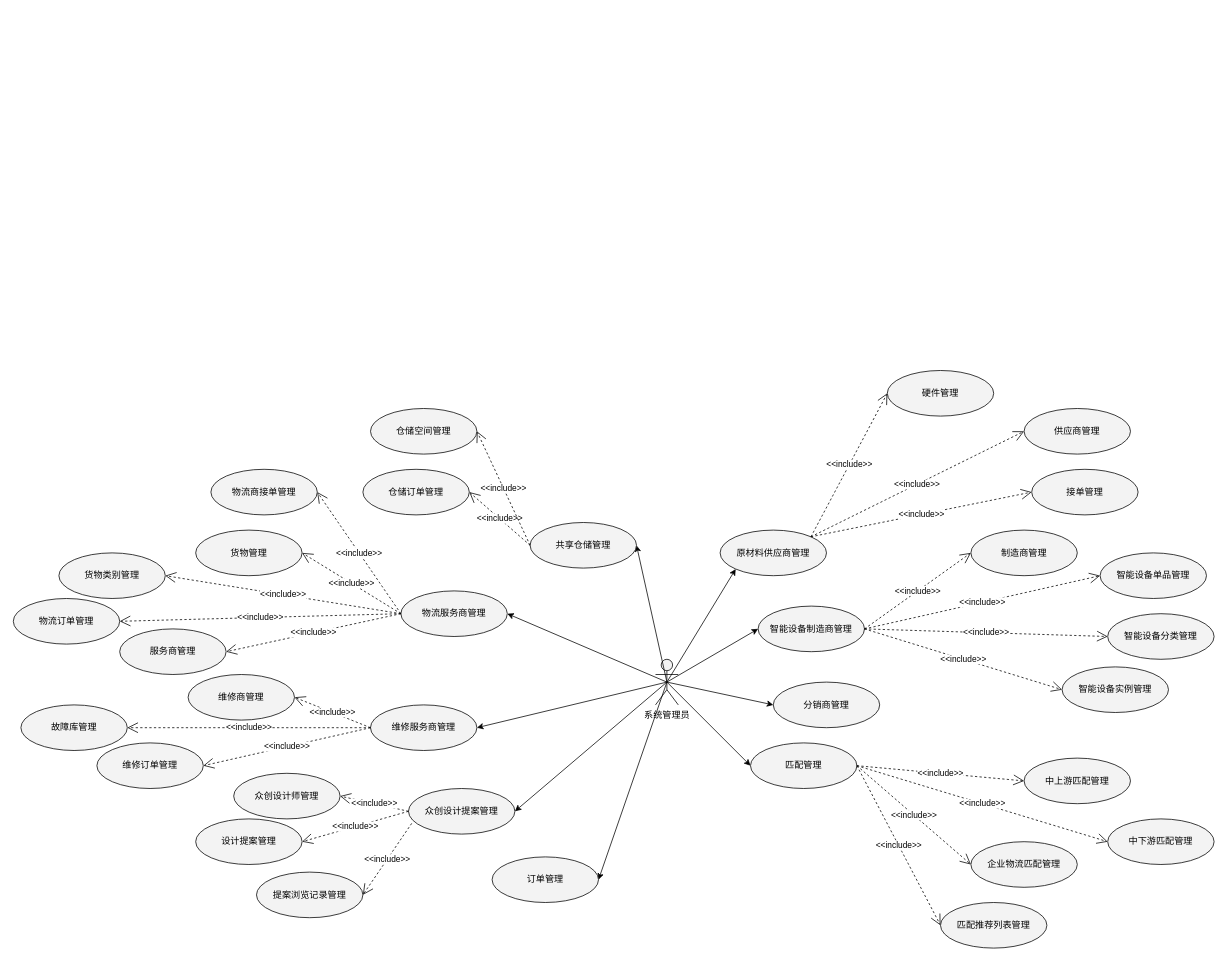
Before: 毕设/用例图.drawio in 2919282119/charts, a draw.io diagram. Source tidied: cells renumbered, new cells numbered last; positions are measured from the earlier drawing's top-left corner, leaving out a move shared by most shapes. Both pictures are drawn from the tidied source at 76%, with x=0, y=0 at pixel (13, 370).
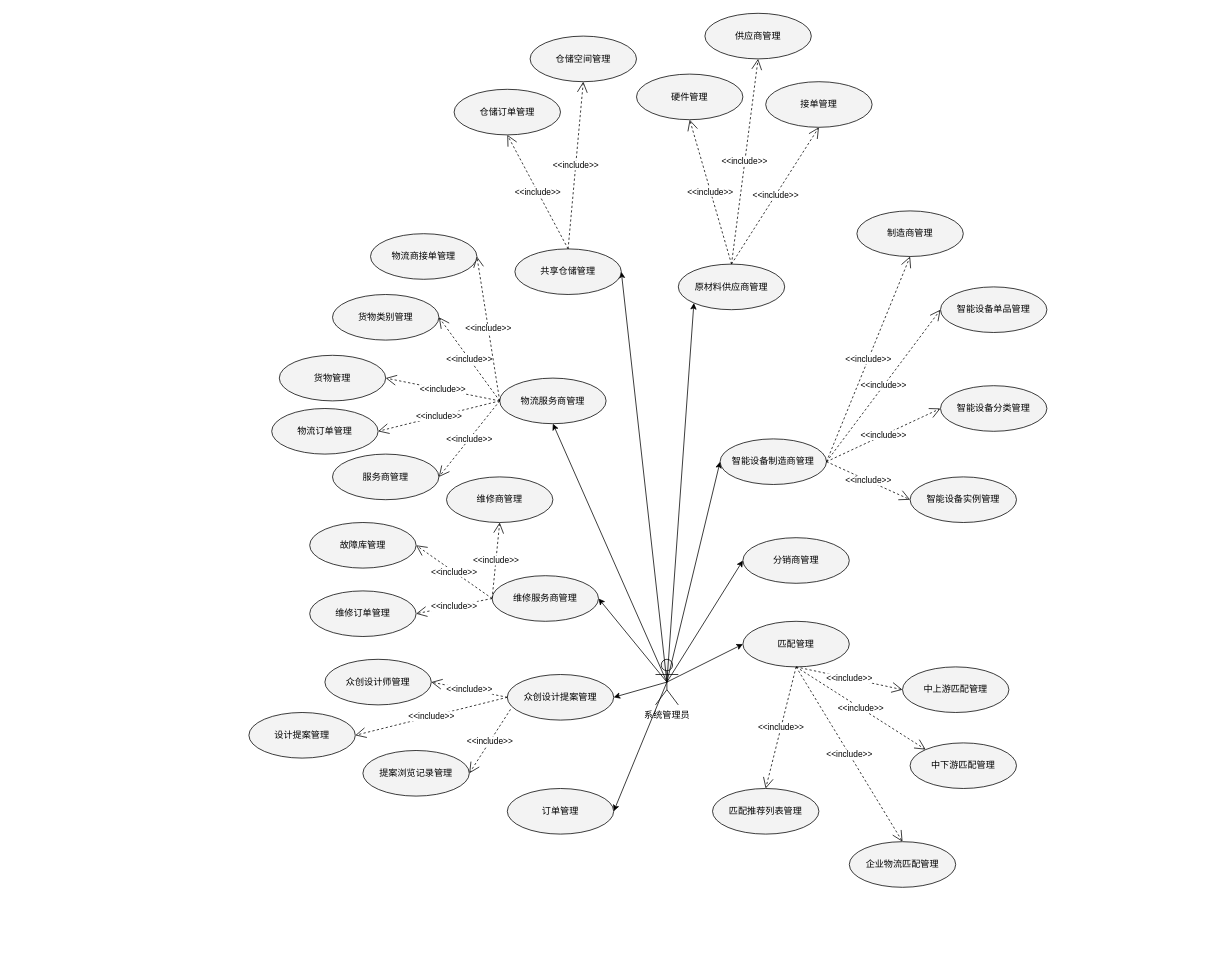
The same diagram, later.

Commit message:
更新用例图.drawio

The change refers to these unchanged cells:
```xml
<mxCell id="2" value="系统管理员" style="shape=umlActor;verticalLabelPosition=bottom;verticalAlign=top;html=1;outlineConnect=0;fillColor=light-dark(#F3F3F3,#E3E3E3);" parent="1" vertex="1">
  <mxGeometry x="845" y="380" width="30" height="60" as="geometry" />
</mxCell>
```

Change to the diagram source:
```diff
@@
     <mxCell id="4" value="原材料供应商管理" style="ellipse;whiteSpace=wrap;html=1;fillColor=light-dark(#F3F3F3,#E3E3E3);" parent="1" vertex="1">
-      <mxGeometry x="930" y="210" width="140" height="60" as="geometry" />
+      <mxGeometry x="875" y="-140" width="140" height="60" as="geometry" />
     </mxCell>
@@
     <mxCell id="6" value="匹配管理" style="ellipse;whiteSpace=wrap;html=1;fillColor=light-dark(#F3F3F3,#E3E3E3);" parent="1" vertex="1">
-      <mxGeometry x="970" y="490" width="140" height="60" as="geometry" />
+      <mxGeometry x="960" y="330" width="140" height="60" as="geometry" />
     </mxCell>
@@
     <mxCell id="8" value="分销商管理" style="ellipse;whiteSpace=wrap;html=1;fillColor=light-dark(#F3F3F3,#E3E3E3);" parent="1" vertex="1">
-      <mxGeometry x="1000" y="410" width="140" height="60" as="geometry" />
+      <mxGeometry x="960" y="220" width="140" height="60" as="geometry" />
     </mxCell>
@@
     <mxCell id="10" value="智能设备制造商管理" style="ellipse;whiteSpace=wrap;html=1;fillColor=light-dark(#F3F3F3,#E3E3E3);" parent="1" vertex="1">
-      <mxGeometry x="980" y="310" width="140" height="60" as="geometry" />
+      <mxGeometry x="930" y="90" width="140" height="60" as="geometry" />
     </mxCell>
@@
     <mxCell id="12" value="订单管理" style="ellipse;whiteSpace=wrap;html=1;fillColor=light-dark(#F3F3F3,#E3E3E3);" parent="1" vertex="1">
-      <mxGeometry x="630" y="640" width="140" height="60" as="geometry" />
+      <mxGeometry x="650" y="550" width="140" height="60" as="geometry" />
     </mxCell>
@@
     <mxCell id="14" value="众创设计提案管理" style="ellipse;whiteSpace=wrap;html=1;fillColor=light-dark(#F3F3F3,#E3E3E3);" parent="1" vertex="1">
-      <mxGeometry x="520" y="550" width="140" height="60" as="geometry" />
+      <mxGeometry x="650" y="400" width="140" height="60" as="geometry" />
     </mxCell>
@@
     <mxCell id="16" value="维修服务商管理" style="ellipse;whiteSpace=wrap;html=1;fillColor=light-dark(#F3F3F3,#E3E3E3);" parent="1" vertex="1">
-      <mxGeometry x="470" y="440" width="140" height="60" as="geometry" />
+      <mxGeometry x="630" y="270" width="140" height="60" as="geometry" />
     </mxCell>
-    <mxCell id="17" style="endArrow=classic;html=1;rounded=0;entryX=1;entryY=0.5;entryDx=0;entryDy=0;exitX=0.5;exitY=0.5;exitDx=0;exitDy=0;exitPerimeter=0;fillColor=light-dark(#F3F3F3,#E3E3E3);" parent="1" edge="1" source="2" target="18">
+    <mxCell id="17" style="endArrow=classic;html=1;rounded=0;entryX=0.5;entryY=1;entryDx=0;entryDy=0;exitX=0.5;exitY=0.5;exitDx=0;exitDy=0;exitPerimeter=0;fillColor=light-dark(#F3F3F3,#E3E3E3);" parent="1" edge="1" source="2" target="18">
       <mxGeometry relative="1" as="geometry" />
     </mxCell>
     <mxCell id="18" value="物流服务商管理" style="ellipse;whiteSpace=wrap;html=1;fillColor=light-dark(#F3F3F3,#E3E3E3);" parent="1" vertex="1">
-      <mxGeometry x="510" y="290" width="140" height="60" as="geometry" />
+      <mxGeometry x="640" y="10" width="140" height="60" as="geometry" />
     </mxCell>
@@
     <mxCell id="20" value="共享仓储管理" style="ellipse;whiteSpace=wrap;html=1;fillColor=light-dark(#F3F3F3,#E3E3E3);" parent="1" vertex="1">
-      <mxGeometry x="680" y="200" width="140" height="60" as="geometry" />
+      <mxGeometry x="660" y="-160" width="140" height="60" as="geometry" />
     </mxCell>
@@
     <mxCell id="22" value="提案浏览记录管理" style="ellipse;whiteSpace=wrap;html=1;fillColor=light-dark(#F3F3F3,#E3E3E3);" parent="1" vertex="1">
-      <mxGeometry x="320" y="660" width="140" height="60" as="geometry" />
+      <mxGeometry x="460" y="500" width="140" height="60" as="geometry" />
     </mxCell>
-    <mxCell id="23" value="&amp;lt;&amp;lt;include&amp;gt;&amp;gt;" style="endArrow=open;endSize=12;dashed=1;html=1;rounded=0;entryX=0;entryY=0.5;entryDx=0;entryDy=0;exitX=1;exitY=0.5;exitDx=0;exitDy=0;fillColor=light-dark(#F3F3F3,#E3E3E3);" parent="1" edge="1" source="6" target="24">
+    <mxCell id="23" value="&amp;lt;&amp;lt;include&amp;gt;&amp;gt;" style="endArrow=open;endSize=12;dashed=1;html=1;rounded=0;entryX=0.5;entryY=0;entryDx=0;entryDy=0;exitX=0.5;exitY=1;exitDx=0;exitDy=0;fillColor=light-dark(#F3F3F3,#E3E3E3);" parent="1" edge="1" source="6" target="24">
       <mxGeometry relative="1" as="geometry" />
     </mxCell>
     <mxCell id="24" value="匹配推荐列表管理" style="ellipse;whiteSpace=wrap;html=1;fillColor=light-dark(#F3F3F3,#E3E3E3);" parent="1" vertex="1">
-      <mxGeometry x="1220" y="700" width="140" height="60" as="geometry" />
+      <mxGeometry x="920" y="550" width="140" height="60" as="geometry" />
     </mxCell>
-    <mxCell id="25" value="&amp;lt;&amp;lt;include&amp;gt;&amp;gt;" style="endArrow=open;endSize=12;dashed=1;html=1;rounded=0;entryX=0;entryY=0.5;entryDx=0;entryDy=0;exitX=1;exitY=0.5;exitDx=0;exitDy=0;fillColor=light-dark(#F3F3F3,#E3E3E3);" parent="1" edge="1" source="6" target="26">
+    <mxCell id="25" value="&amp;lt;&amp;lt;include&amp;gt;&amp;gt;" style="endArrow=open;endSize=12;dashed=1;html=1;rounded=0;entryX=0.5;entryY=0;entryDx=0;entryDy=0;fillColor=light-dark(#F3F3F3,#E3E3E3);exitX=0.5;exitY=1;exitDx=0;exitDy=0;" parent="1" edge="1" source="6" target="26">
       <mxGeometry relative="1" as="geometry" />
     </mxCell>
     <mxCell id="26" value="企业物流匹配管理" style="ellipse;whiteSpace=wrap;html=1;fillColor=light-dark(#F3F3F3,#E3E3E3);" parent="1" vertex="1">
-      <mxGeometry x="1260" y="620" width="140" height="60" as="geometry" />
+      <mxGeometry x="1100" y="620" width="140" height="60" as="geometry" />
     </mxCell>
-    <mxCell id="27" value="&amp;lt;&amp;lt;include&amp;gt;&amp;gt;" style="endArrow=open;endSize=12;dashed=1;html=1;rounded=0;entryX=0;entryY=0.5;entryDx=0;entryDy=0;exitX=1;exitY=0.5;exitDx=0;exitDy=0;fillColor=light-dark(#F3F3F3,#E3E3E3);" parent="1" edge="1" source="6" target="28">
+    <mxCell id="27" value="&amp;lt;&amp;lt;include&amp;gt;&amp;gt;" style="endArrow=open;endSize=12;dashed=1;html=1;rounded=0;entryX=0;entryY=0;entryDx=0;entryDy=0;exitX=0.5;exitY=1;exitDx=0;exitDy=0;fillColor=light-dark(#F3F3F3,#E3E3E3);" parent="1" edge="1" source="6" target="28">
       <mxGeometry relative="1" as="geometry" />
     </mxCell>
     <mxCell id="28" value="中下游匹配管理" style="ellipse;whiteSpace=wrap;html=1;fillColor=light-dark(#F3F3F3,#E3E3E3);" parent="1" vertex="1">
-      <mxGeometry x="1440" y="590" width="140" height="60" as="geometry" />
+      <mxGeometry x="1180" y="490" width="140" height="60" as="geometry" />
     </mxCell>
-    <mxCell id="29" value="&amp;lt;&amp;lt;include&amp;gt;&amp;gt;" style="endArrow=open;endSize=12;dashed=1;html=1;rounded=0;entryX=0;entryY=0.5;entryDx=0;entryDy=0;exitX=1;exitY=0.5;exitDx=0;exitDy=0;fillColor=light-dark(#F3F3F3,#E3E3E3);" parent="1" edge="1" source="6" target="30">
+    <mxCell id="29" value="&amp;lt;&amp;lt;include&amp;gt;&amp;gt;" style="endArrow=open;endSize=12;dashed=1;html=1;rounded=0;entryX=0;entryY=0.5;entryDx=0;entryDy=0;exitX=0.5;exitY=1;exitDx=0;exitDy=0;fillColor=light-dark(#F3F3F3,#E3E3E3);" parent="1" edge="1" source="6" target="30">
       <mxGeometry relative="1" as="geometry" />
     </mxCell>
     <mxCell id="30" value="中上游匹配管理" style="ellipse;whiteSpace=wrap;html=1;fillColor=light-dark(#F3F3F3,#E3E3E3);" parent="1" vertex="1">
-      <mxGeometry x="1330" y="510" width="140" height="60" as="geometry" />
+      <mxGeometry x="1170" y="390" width="140" height="60" as="geometry" />
     </mxCell>
@@
     <mxCell id="32" value="智能设备实例管理" style="ellipse;whiteSpace=wrap;html=1;fillColor=light-dark(#F3F3F3,#E3E3E3);" parent="1" vertex="1">
-      <mxGeometry x="1380" y="390" width="140" height="60" as="geometry" />
+      <mxGeometry x="1180" y="140" width="140" height="60" as="geometry" />
     </mxCell>
@@
     <mxCell id="34" value="智能设备分类管理" style="ellipse;whiteSpace=wrap;html=1;fillColor=light-dark(#F3F3F3,#E3E3E3);" parent="1" vertex="1">
-      <mxGeometry x="1440" y="320" width="140" height="60" as="geometry" />
+      <mxGeometry x="1220" y="20" width="140" height="60" as="geometry" />
     </mxCell>
@@
     <mxCell id="36" value="智能设备单品管理" style="ellipse;whiteSpace=wrap;html=1;fillColor=light-dark(#F3F3F3,#E3E3E3);" parent="1" vertex="1">
-      <mxGeometry x="1430" y="240" width="140" height="60" as="geometry" />
+      <mxGeometry x="1220" y="-110" width="140" height="60" as="geometry" />
     </mxCell>
-    <mxCell id="37" value="&amp;lt;&amp;lt;include&amp;gt;&amp;gt;" style="endArrow=open;endSize=12;dashed=1;html=1;rounded=0;entryX=0;entryY=0.5;entryDx=0;entryDy=0;exitX=1;exitY=0.5;exitDx=0;exitDy=0;fillColor=light-dark(#F3F3F3,#E3E3E3);" parent="1" edge="1" source="10" target="38">
+    <mxCell id="37" value="&amp;lt;&amp;lt;include&amp;gt;&amp;gt;" style="endArrow=open;endSize=12;dashed=1;html=1;rounded=0;entryX=0.5;entryY=1;entryDx=0;entryDy=0;exitX=1;exitY=0.5;exitDx=0;exitDy=0;fillColor=light-dark(#F3F3F3,#E3E3E3);" parent="1" edge="1" source="10" target="38">
       <mxGeometry relative="1" as="geometry" />
     </mxCell>
     <mxCell id="38" value="制造商管理" style="ellipse;whiteSpace=wrap;html=1;fillColor=light-dark(#F3F3F3,#E3E3E3);" parent="1" vertex="1">
-      <mxGeometry x="1260" y="210" width="140" height="60" as="geometry" />
+      <mxGeometry x="1110" y="-210" width="140" height="60" as="geometry" />
     </mxCell>
-    <mxCell id="39" value="&amp;lt;&amp;lt;include&amp;gt;&amp;gt;" style="endArrow=open;endSize=12;dashed=1;html=1;rounded=0;entryX=0;entryY=0.5;entryDx=0;entryDy=0;exitX=1;exitY=0;exitDx=0;exitDy=0;fillColor=light-dark(#F3F3F3,#E3E3E3);" parent="1" edge="1" source="4" target="40">
+    <mxCell id="39" value="&amp;lt;&amp;lt;include&amp;gt;&amp;gt;" style="endArrow=open;endSize=12;dashed=1;html=1;rounded=0;entryX=0.5;entryY=1;entryDx=0;entryDy=0;exitX=0.5;exitY=0;exitDx=0;exitDy=0;fillColor=light-dark(#F3F3F3,#E3E3E3);" parent="1" edge="1" source="4" target="40">
       <mxGeometry relative="1" as="geometry" />
     </mxCell>
     <mxCell id="40" value="接单管理" style="ellipse;whiteSpace=wrap;html=1;fillColor=light-dark(#F3F3F3,#E3E3E3);" parent="1" vertex="1">
-      <mxGeometry x="1340" y="130" width="140" height="60" as="geometry" />
+      <mxGeometry x="990" y="-380" width="140" height="60" as="geometry" />
     </mxCell>
-    <mxCell id="41" value="&amp;lt;&amp;lt;include&amp;gt;&amp;gt;" style="endArrow=open;endSize=12;dashed=1;html=1;rounded=0;entryX=0;entryY=0.5;entryDx=0;entryDy=0;exitX=1;exitY=0;exitDx=0;exitDy=0;fillColor=light-dark(#F3F3F3,#E3E3E3);" parent="1" edge="1" source="4" target="42">
+    <mxCell id="41" value="&amp;lt;&amp;lt;include&amp;gt;&amp;gt;" style="endArrow=open;endSize=12;dashed=1;html=1;rounded=0;entryX=0.5;entryY=1;entryDx=0;entryDy=0;exitX=0.5;exitY=0;exitDx=0;exitDy=0;fillColor=light-dark(#F3F3F3,#E3E3E3);" parent="1" edge="1" source="4" target="42">
       <mxGeometry relative="1" as="geometry" />
     </mxCell>
     <mxCell id="42" value="供应商管理" style="ellipse;whiteSpace=wrap;html=1;fillColor=light-dark(#F3F3F3,#E3E3E3);" parent="1" vertex="1">
-      <mxGeometry x="1330" y="50" width="140" height="60" as="geometry" />
+      <mxGeometry x="910" y="-470" width="140" height="60" as="geometry" />
     </mxCell>
-    <mxCell id="43" value="&amp;lt;&amp;lt;include&amp;gt;&amp;gt;" style="endArrow=open;endSize=12;dashed=1;html=1;rounded=0;entryX=0;entryY=0.5;entryDx=0;entryDy=0;exitX=1;exitY=0;exitDx=0;exitDy=0;fillColor=light-dark(#F3F3F3,#E3E3E3);" parent="1" edge="1" source="4" target="44">
+    <mxCell id="43" value="&amp;lt;&amp;lt;include&amp;gt;&amp;gt;" style="endArrow=open;endSize=12;dashed=1;html=1;rounded=0;entryX=0.5;entryY=1;entryDx=0;entryDy=0;exitX=0.5;exitY=0;exitDx=0;exitDy=0;fillColor=light-dark(#F3F3F3,#E3E3E3);" parent="1" edge="1" source="4" target="44">
       <mxGeometry relative="1" as="geometry" />
     </mxCell>
     <mxCell id="44" value="硬件管理" style="ellipse;whiteSpace=wrap;html=1;fillColor=light-dark(#F3F3F3,#E3E3E3);" parent="1" vertex="1">
-      <mxGeometry x="1150" width="140" height="60" as="geometry" />
+      <mxGeometry x="820" y="-390" width="140" height="60" as="geometry" />
     </mxCell>
@@
     <mxCell id="46" value="设计提案管理" style="ellipse;whiteSpace=wrap;html=1;fillColor=light-dark(#F3F3F3,#E3E3E3);" parent="1" vertex="1">
-      <mxGeometry x="240" y="590" width="140" height="60" as="geometry" />
+      <mxGeometry x="310" y="450" width="140" height="60" as="geometry" />
     </mxCell>
@@
     <mxCell id="48" value="众创设计师管理" style="ellipse;whiteSpace=wrap;html=1;fillColor=light-dark(#F3F3F3,#E3E3E3);" parent="1" vertex="1">
-      <mxGeometry x="290" y="530" width="140" height="60" as="geometry" />
+      <mxGeometry x="410" y="380" width="140" height="60" as="geometry" />
     </mxCell>
@@
     <mxCell id="50" value="维修订单管理" style="ellipse;whiteSpace=wrap;html=1;fillColor=light-dark(#F3F3F3,#E3E3E3);" parent="1" vertex="1">
-      <mxGeometry x="110" y="490" width="140" height="60" as="geometry" />
+      <mxGeometry x="390" y="290" width="140" height="60" as="geometry" />
     </mxCell>
@@
     <mxCell id="52" value="故障库管理" style="ellipse;whiteSpace=wrap;html=1;fillColor=light-dark(#F3F3F3,#E3E3E3);" parent="1" vertex="1">
-      <mxGeometry x="10" y="440" width="140" height="60" as="geometry" />
+      <mxGeometry x="390" y="200" width="140" height="60" as="geometry" />
     </mxCell>
-    <mxCell id="53" value="&amp;lt;&amp;lt;include&amp;gt;&amp;gt;" style="endArrow=open;endSize=12;dashed=1;html=1;rounded=0;entryX=1;entryY=0.5;entryDx=0;entryDy=0;exitX=0;exitY=0.5;exitDx=0;exitDy=0;fillColor=light-dark(#F3F3F3,#E3E3E3);" parent="1" edge="1" source="16" target="54">
+    <mxCell id="53" value="&amp;lt;&amp;lt;include&amp;gt;&amp;gt;" style="endArrow=open;endSize=12;dashed=1;html=1;rounded=0;entryX=0.5;entryY=1;entryDx=0;entryDy=0;exitX=0;exitY=0.5;exitDx=0;exitDy=0;fillColor=light-dark(#F3F3F3,#E3E3E3);" parent="1" edge="1" source="16" target="54">
       <mxGeometry relative="1" as="geometry" />
     </mxCell>
     <mxCell id="54" value="维修商管理" style="ellipse;whiteSpace=wrap;html=1;fillColor=light-dark(#F3F3F3,#E3E3E3);" parent="1" vertex="1">
-      <mxGeometry x="230" y="400" width="140" height="60" as="geometry" />
+      <mxGeometry x="570" y="140" width="140" height="60" as="geometry" />
     </mxCell>
@@
     <mxCell id="56" value="服务商管理" style="ellipse;whiteSpace=wrap;html=1;fillColor=light-dark(#F3F3F3,#E3E3E3);" parent="1" vertex="1">
-      <mxGeometry x="140" y="340" width="140" height="60" as="geometry" />
+      <mxGeometry x="420" y="110" width="140" height="60" as="geometry" />
     </mxCell>
@@
     <mxCell id="58" value="物流订单管理" style="ellipse;whiteSpace=wrap;html=1;fillColor=light-dark(#F3F3F3,#E3E3E3);" parent="1" vertex="1">
-      <mxGeometry y="300" width="140" height="60" as="geometry" />
+      <mxGeometry x="340" y="50" width="140" height="60" as="geometry" />
     </mxCell>
@@
     <mxCell id="60" value="货物类别管理" style="ellipse;whiteSpace=wrap;html=1;fillColor=light-dark(#F3F3F3,#E3E3E3);" parent="1" vertex="1">
-      <mxGeometry x="60" y="240" width="140" height="60" as="geometry" />
+      <mxGeometry x="420" y="-100" width="140" height="60" as="geometry" />
     </mxCell>
@@
     <mxCell id="62" value="货物管理" style="ellipse;whiteSpace=wrap;html=1;fillColor=light-dark(#F3F3F3,#E3E3E3);" parent="1" vertex="1">
-      <mxGeometry x="240" y="210" width="140" height="60" as="geometry" />
+      <mxGeometry x="350" y="-20" width="140" height="60" as="geometry" />
     </mxCell>
@@
     <mxCell id="64" value="物流商接单管理" style="ellipse;whiteSpace=wrap;html=1;fillColor=light-dark(#F3F3F3,#E3E3E3);" parent="1" vertex="1">
-      <mxGeometry x="260" y="130" width="140" height="60" as="geometry" />
+      <mxGeometry x="470" y="-180" width="140" height="60" as="geometry" />
     </mxCell>
-    <mxCell id="65" value="&amp;lt;&amp;lt;include&amp;gt;&amp;gt;" style="endArrow=open;endSize=12;dashed=1;html=1;rounded=0;entryX=1;entryY=0.5;entryDx=0;entryDy=0;exitX=0;exitY=0.5;exitDx=0;exitDy=0;fillColor=light-dark(#F3F3F3,#E3E3E3);" parent="1" edge="1" source="20" target="66">
+    <mxCell id="65" value="&amp;lt;&amp;lt;include&amp;gt;&amp;gt;" style="endArrow=open;endSize=12;dashed=1;html=1;rounded=0;entryX=0.5;entryY=1;entryDx=0;entryDy=0;exitX=0.5;exitY=0;exitDx=0;exitDy=0;fillColor=light-dark(#F3F3F3,#E3E3E3);" parent="1" edge="1" source="20" target="66">
       <mxGeometry relative="1" as="geometry" />
     </mxCell>
     <mxCell id="66" value="仓储订单管理" style="ellipse;whiteSpace=wrap;html=1;fillColor=light-dark(#F3F3F3,#E3E3E3);" parent="1" vertex="1">
-      <mxGeometry x="460" y="130" width="140" height="60" as="geometry" />
+      <mxGeometry x="580" y="-370" width="140" height="60" as="geometry" />
     </mxCell>
-    <mxCell id="67" value="&amp;lt;&amp;lt;include&amp;gt;&amp;gt;" style="endArrow=open;endSize=12;dashed=1;html=1;rounded=0;entryX=1;entryY=0.5;entryDx=0;entryDy=0;exitX=0;exitY=0.5;exitDx=0;exitDy=0;fillColor=light-dark(#F3F3F3,#E3E3E3);" parent="1" edge="1" source="20" target="68">
+    <mxCell id="67" value="&amp;lt;&amp;lt;include&amp;gt;&amp;gt;" style="endArrow=open;endSize=12;dashed=1;html=1;rounded=0;entryX=0.5;entryY=1;entryDx=0;entryDy=0;exitX=0.5;exitY=0;exitDx=0;exitDy=0;fillColor=light-dark(#F3F3F3,#E3E3E3);" parent="1" edge="1" source="20" target="68">
       <mxGeometry relative="1" as="geometry" />
     </mxCell>
     <mxCell id="68" value="仓储空间管理" style="ellipse;whiteSpace=wrap;html=1;fillColor=light-dark(#F3F3F3,#E3E3E3);" parent="1" vertex="1">
-      <mxGeometry x="470" y="50" width="140" height="60" as="geometry" />
+      <mxGeometry x="680" y="-440" width="140" height="60" as="geometry" />
     </mxCell>
```
